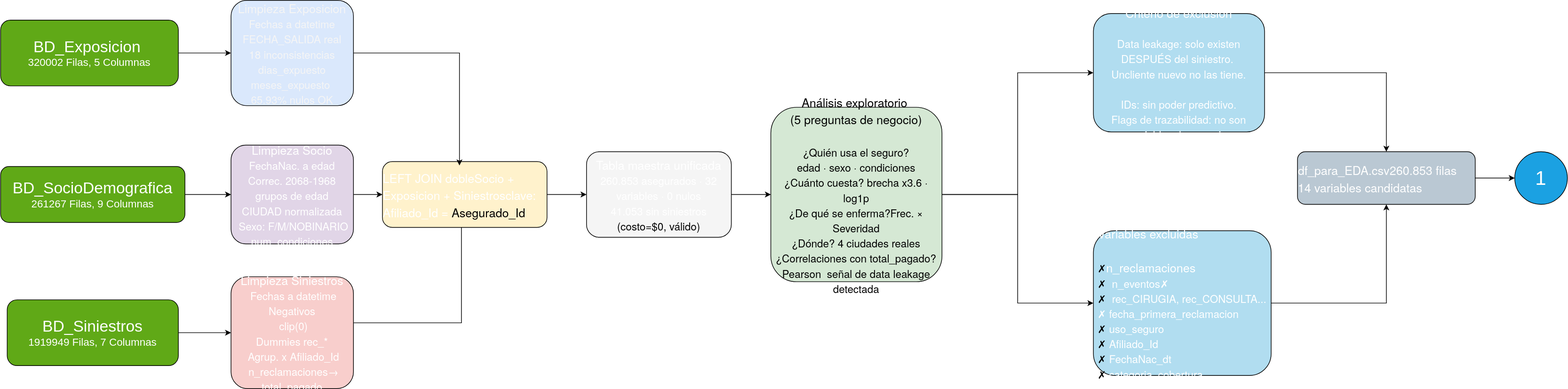
Before: Diagrama_Analitica2.drawio.svg, a diagram exported from draw.io (yacuervo18/Proyecto_Analitica_II). Source tidied: cells renumbered, new cells last; positions are measured from the earlier drawing's top-left corner, leaving out a move shared by most shapes.
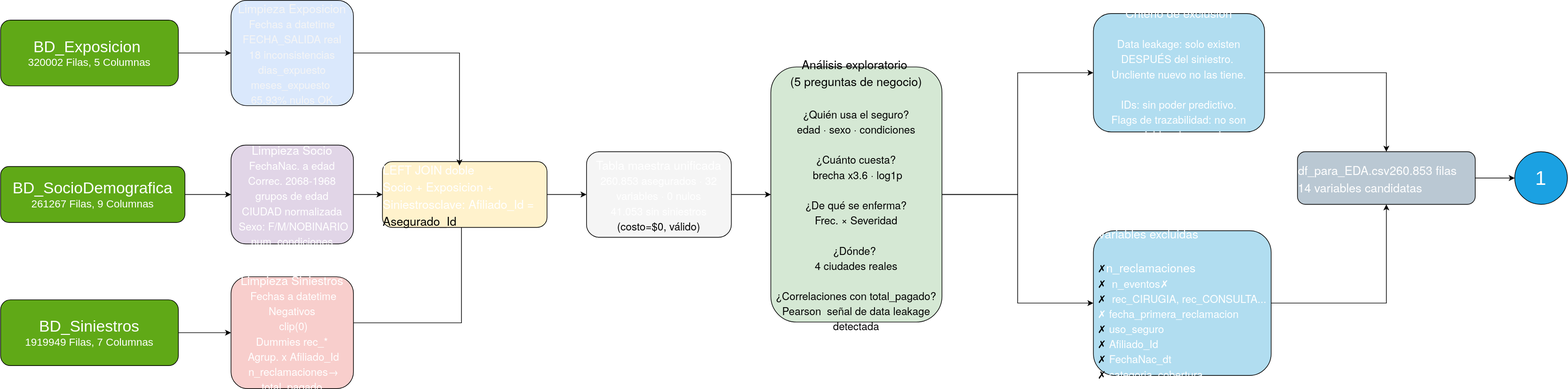
After the change.

Change to the diagram source:
```diff
@@ -31,7 +31,7 @@
     <mxCell id="9" style="edgeStyle=orthogonalEdgeStyle;rounded=0;jettySize=auto;html=1;strokeColor=light-dark(#000000,#007FFF);" parent="1" edge="1" source="10" target="13">
       <mxGeometry relative="1" as="geometry" />
     </mxCell>
-    <mxCell id="10" value="&lt;p class=&quot;p1&quot; style=&quot;margin: 0px; font-style: normal; font-variant: normal; font-size-adjust: none; font-language-override: normal; font-kerning: auto; font-optical-sizing: auto; font-feature-settings: normal; font-variation-settings: normal; font-stretch: normal; line-height: normal; font-family: &amp;quot;Helvetica Neue&amp;quot;; text-align: start;&quot;&gt;&lt;font style=&quot;font-size: 18px;&quot;&gt;&lt;font style=&quot;color: light-dark(rgb(255, 255, 255), rgb(255, 255, 255));&quot;&gt;LEFT JOIN dobleSocio + Exposicion + Siniestrosclave: Afiliado_Id =&lt;/font&gt;&lt;span style=&quot;color: rgb(0, 0, 0);&quot;&gt; Asegurado_Id&lt;/span&gt;&lt;/font&gt;&lt;/p&gt;" style="rounded=1;whiteSpace=wrap;html=1;fillColor=#fff2cc;strokeColor=light-dark(#000000,#007FFF);" parent="1" vertex="1">
+    <mxCell id="10" value="&lt;p class=&quot;p1&quot; style=&quot;margin: 0px; font-style: normal; font-variant: normal; font-size-adjust: none; font-language-override: normal; font-kerning: auto; font-optical-sizing: auto; font-feature-settings: normal; font-variation-settings: normal; font-stretch: normal; line-height: normal; font-family: &amp;quot;Helvetica Neue&amp;quot;; text-align: start;&quot;&gt;&lt;font style=&quot;font-size: 18px;&quot;&gt;&lt;font style=&quot;color: light-dark(rgb(255, 255, 255), rgb(255, 255, 255));&quot;&gt;LEFT JOIN doble&lt;/font&gt;&lt;/font&gt;&lt;/p&gt;&lt;p class=&quot;p1&quot; style=&quot;margin: 0px; font-style: normal; font-variant: normal; font-size-adjust: none; font-language-override: normal; font-kerning: auto; font-optical-sizing: auto; font-feature-settings: normal; font-variation-settings: normal; font-stretch: normal; line-height: normal; font-family: &amp;quot;Helvetica Neue&amp;quot;; text-align: start;&quot;&gt;&lt;font style=&quot;font-size: 18px;&quot;&gt;&lt;font style=&quot;color: light-dark(rgb(255, 255, 255), rgb(255, 255, 255));&quot;&gt;Socio + Exposicion + Siniestrosclave: Afiliado_Id =&lt;/font&gt;&lt;span style=&quot;color: rgb(0, 0, 0);&quot;&gt; Asegurado_Id&lt;/span&gt;&lt;/font&gt;&lt;/p&gt;" style="rounded=1;whiteSpace=wrap;html=1;fillColor=#fff2cc;strokeColor=light-dark(#000000,#007FFF);" parent="1" vertex="1">
       <mxGeometry x="580" y="245" width="250" height="100" as="geometry" />
     </mxCell>
     <mxCell id="11" style="edgeStyle=orthogonalEdgeStyle;rounded=0;jettySize=auto;html=1;entryX=0.468;entryY=0.058;entryDx=0;entryDy=0;entryPerimeter=0;strokeColor=light-dark(#000000,#007FFF);" parent="1" edge="1" source="4" target="10">
@@ -49,8 +49,8 @@
     <mxCell id="15" style="edgeStyle=orthogonalEdgeStyle;rounded=0;jettySize=auto;html=1;strokeColor=light-dark(#000000,#007FFF);" parent="1" edge="1" source="16" target="18">
       <mxGeometry relative="1" as="geometry" />
     </mxCell>
-    <mxCell id="16" value="&lt;p class=&quot;p1&quot; style=&quot;margin: 0px; font-style: normal; font-variant: normal; font-size-adjust: none; font-language-override: normal; font-kerning: auto; font-optical-sizing: auto; font-feature-settings: normal; font-variation-settings: normal; font-stretch: normal; line-height: normal; font-family: &amp;quot;Helvetica Neue&amp;quot;; color: rgb(0, 0, 0);&quot;&gt;&lt;font style=&quot;font-size: 18px;&quot;&gt;Análisis exploratorio&lt;span class=&quot;Apple-converted-space&quot; style=&quot;&quot;&gt;&amp;nbsp;&lt;/span&gt;&lt;/font&gt;&lt;/p&gt;&lt;p class=&quot;p1&quot; style=&quot;margin: 0px; font-style: normal; font-variant: normal; font-size-adjust: none; font-language-override: normal; font-kerning: auto; font-optical-sizing: auto; font-feature-settings: normal; font-variation-settings: normal; font-stretch: normal; line-height: normal; font-family: &amp;quot;Helvetica Neue&amp;quot;; color: rgb(0, 0, 0);&quot;&gt;&lt;font style=&quot;font-size: 18px;&quot;&gt;&lt;span class=&quot;Apple-converted-space&quot; style=&quot;&quot;&gt;&lt;/span&gt;(5 preguntas de negocio)&lt;/font&gt;&lt;/p&gt;&lt;p class=&quot;p1&quot; style=&quot;margin: 0px; font-style: normal; font-variant: normal; font-size-adjust: none; font-language-override: normal; font-kerning: auto; font-optical-sizing: auto; font-feature-settings: normal; font-variation-settings: normal; font-stretch: normal; line-height: normal; font-family: &amp;quot;Helvetica Neue&amp;quot;; color: rgb(0, 0, 0);&quot;&gt;&lt;font style=&quot;font-size: 18px;&quot;&gt;&lt;br&gt;&lt;/font&gt;&lt;/p&gt;&lt;p class=&quot;p1&quot; style=&quot;margin: 0px; font-style: normal; font-variant: normal; font-size-adjust: none; font-language-override: normal; font-kerning: auto; font-optical-sizing: auto; font-feature-settings: normal; font-variation-settings: normal; font-stretch: normal; line-height: normal; font-family: &amp;quot;Helvetica Neue&amp;quot;; color: rgb(0, 0, 0);&quot;&gt;&lt;font size=&quot;3&quot;&gt;¿Quién usa el seguro?&lt;/font&gt;&lt;/p&gt;&lt;p class=&quot;p1&quot; style=&quot;margin: 0px; font-style: normal; font-variant: normal; font-size-adjust: none; font-language-override: normal; font-kerning: auto; font-optical-sizing: auto; font-feature-settings: normal; font-variation-settings: normal; font-stretch: normal; line-height: normal; font-family: &amp;quot;Helvetica Neue&amp;quot;; color: rgb(0, 0, 0);&quot;&gt;&lt;font size=&quot;3&quot;&gt;edad · sexo · condiciones&lt;/font&gt;&lt;/p&gt;&lt;p class=&quot;p1&quot; style=&quot;margin: 0px; font-style: normal; font-variant: normal; font-size-adjust: none; font-language-override: normal; font-kerning: auto; font-optical-sizing: auto; font-feature-settings: normal; font-variation-settings: normal; font-stretch: normal; line-height: normal; font-family: &amp;quot;Helvetica Neue&amp;quot;; color: rgb(0, 0, 0);&quot;&gt;&lt;font size=&quot;3&quot;&gt;¿Cuánto cuesta? brecha x3.6 · log1p&lt;/font&gt;&lt;/p&gt;&lt;p class=&quot;p1&quot; style=&quot;margin: 0px; font-style: normal; font-variant: normal; font-size-adjust: none; font-language-override: normal; font-kerning: auto; font-optical-sizing: auto; font-feature-settings: normal; font-variation-settings: normal; font-stretch: normal; line-height: normal; font-family: &amp;quot;Helvetica Neue&amp;quot;; color: rgb(0, 0, 0);&quot;&gt;&lt;font size=&quot;3&quot;&gt;¿De qué se enferma?Frec. × Severidad&lt;/font&gt;&lt;/p&gt;&lt;p class=&quot;p1&quot; style=&quot;margin: 0px; font-style: normal; font-variant: normal; font-size-adjust: none; font-language-override: normal; font-kerning: auto; font-optical-sizing: auto; font-feature-settings: normal; font-variation-settings: normal; font-stretch: normal; line-height: normal; font-family: &amp;quot;Helvetica Neue&amp;quot;; color: rgb(0, 0, 0);&quot;&gt;&lt;font size=&quot;3&quot;&gt;¿Dónde? 4 ciudades reales&lt;/font&gt;&lt;/p&gt;&lt;p class=&quot;p1&quot; style=&quot;margin: 0px; font-style: normal; font-variant: normal; font-size-adjust: none; font-language-override: normal; font-kerning: auto; font-optical-sizing: auto; font-feature-settings: normal; font-variation-settings: normal; font-stretch: normal; line-height: normal; font-family: &amp;quot;Helvetica Neue&amp;quot;; color: rgb(0, 0, 0);&quot;&gt;&lt;font size=&quot;3&quot;&gt;¿Correlaciones con total_pagado?Pearson&lt;span class=&quot;Apple-converted-space&quot; style=&quot;&quot;&gt;&amp;nbsp; &lt;/span&gt;señal de data leakage detectada&lt;/font&gt;&lt;/p&gt;" style="rounded=1;whiteSpace=wrap;html=1;fillColor=#d5e8d4;strokeColor=light-dark(#000000,#007FFF);align=center;" parent="1" vertex="1">
-      <mxGeometry x="1170" y="162.5" width="260" height="265" as="geometry" />
+    <mxCell id="16" value="&lt;p class=&quot;p1&quot; style=&quot;margin: 0px; font-style: normal; font-variant: normal; font-size-adjust: none; font-language-override: normal; font-kerning: auto; font-optical-sizing: auto; font-feature-settings: normal; font-variation-settings: normal; font-stretch: normal; line-height: normal; font-family: &amp;quot;Helvetica Neue&amp;quot;; color: rgb(0, 0, 0);&quot;&gt;&lt;font style=&quot;font-size: 18px;&quot;&gt;Análisis exploratorio&lt;span class=&quot;Apple-converted-space&quot; style=&quot;&quot;&gt;&amp;nbsp;&lt;/span&gt;&lt;/font&gt;&lt;/p&gt;&lt;p class=&quot;p1&quot; style=&quot;margin: 0px; font-style: normal; font-variant: normal; font-size-adjust: none; font-language-override: normal; font-kerning: auto; font-optical-sizing: auto; font-feature-settings: normal; font-variation-settings: normal; font-stretch: normal; line-height: normal; font-family: &amp;quot;Helvetica Neue&amp;quot;; color: rgb(0, 0, 0);&quot;&gt;&lt;font style=&quot;font-size: 18px;&quot;&gt;&lt;span class=&quot;Apple-converted-space&quot; style=&quot;&quot;&gt;&lt;/span&gt;(5 preguntas de negocio)&lt;/font&gt;&lt;/p&gt;&lt;p class=&quot;p1&quot; style=&quot;margin: 0px; font-style: normal; font-variant: normal; font-size-adjust: none; font-language-override: normal; font-kerning: auto; font-optical-sizing: auto; font-feature-settings: normal; font-variation-settings: normal; font-stretch: normal; line-height: normal; font-family: &amp;quot;Helvetica Neue&amp;quot;; color: rgb(0, 0, 0);&quot;&gt;&lt;font style=&quot;font-size: 18px;&quot;&gt;&lt;br&gt;&lt;/font&gt;&lt;/p&gt;&lt;p class=&quot;p1&quot; style=&quot;margin: 0px; font-style: normal; font-variant: normal; font-size-adjust: none; font-language-override: normal; font-kerning: auto; font-optical-sizing: auto; font-feature-settings: normal; font-variation-settings: normal; font-stretch: normal; line-height: normal; font-family: &amp;quot;Helvetica Neue&amp;quot;; color: rgb(0, 0, 0);&quot;&gt;&lt;font size=&quot;3&quot;&gt;¿Quién usa el seguro?&lt;/font&gt;&lt;/p&gt;&lt;p class=&quot;p1&quot; style=&quot;margin: 0px; font-style: normal; font-variant: normal; font-size-adjust: none; font-language-override: normal; font-kerning: auto; font-optical-sizing: auto; font-feature-settings: normal; font-variation-settings: normal; font-stretch: normal; line-height: normal; font-family: &amp;quot;Helvetica Neue&amp;quot;; color: rgb(0, 0, 0);&quot;&gt;&lt;font size=&quot;3&quot;&gt;edad · sexo · condiciones&lt;/font&gt;&lt;/p&gt;&lt;p class=&quot;p1&quot; style=&quot;margin: 0px; font-style: normal; font-variant: normal; font-size-adjust: none; font-language-override: normal; font-kerning: auto; font-optical-sizing: auto; font-feature-settings: normal; font-variation-settings: normal; font-stretch: normal; line-height: normal; font-family: &amp;quot;Helvetica Neue&amp;quot;; color: rgb(0, 0, 0);&quot;&gt;&lt;font size=&quot;3&quot;&gt;&lt;br&gt;&lt;/font&gt;&lt;/p&gt;&lt;p class=&quot;p1&quot; style=&quot;margin: 0px; font-style: normal; font-variant: normal; font-size-adjust: none; font-language-override: normal; font-kerning: auto; font-optical-sizing: auto; font-feature-settings: normal; font-variation-settings: normal; font-stretch: normal; line-height: normal; font-family: &amp;quot;Helvetica Neue&amp;quot;; color: rgb(0, 0, 0);&quot;&gt;&lt;font size=&quot;3&quot;&gt;¿Cuánto cuesta?&lt;/font&gt;&lt;/p&gt;&lt;p class=&quot;p1&quot; style=&quot;margin: 0px; font-style: normal; font-variant: normal; font-size-adjust: none; font-language-override: normal; font-kerning: auto; font-optical-sizing: auto; font-feature-settings: normal; font-variation-settings: normal; font-stretch: normal; line-height: normal; font-family: &amp;quot;Helvetica Neue&amp;quot;; color: rgb(0, 0, 0);&quot;&gt;&lt;font size=&quot;3&quot;&gt;&amp;nbsp;brecha x3.6 · log1p&lt;/font&gt;&lt;/p&gt;&lt;p class=&quot;p1&quot; style=&quot;margin: 0px; font-style: normal; font-variant: normal; font-size-adjust: none; font-language-override: normal; font-kerning: auto; font-optical-sizing: auto; font-feature-settings: normal; font-variation-settings: normal; font-stretch: normal; line-height: normal; font-family: &amp;quot;Helvetica Neue&amp;quot;; color: rgb(0, 0, 0);&quot;&gt;&lt;font size=&quot;3&quot;&gt;&lt;br&gt;&lt;/font&gt;&lt;/p&gt;&lt;p class=&quot;p1&quot; style=&quot;margin: 0px; font-style: normal; font-variant: normal; font-size-adjust: none; font-language-override: normal; font-kerning: auto; font-optical-sizing: auto; font-feature-settings: normal; font-variation-settings: normal; font-stretch: normal; line-height: normal; font-family: &amp;quot;Helvetica Neue&amp;quot;; color: rgb(0, 0, 0);&quot;&gt;&lt;font size=&quot;3&quot;&gt;¿De qué se enferma?&lt;/font&gt;&lt;/p&gt;&lt;p class=&quot;p1&quot; style=&quot;margin: 0px; font-style: normal; font-variant: normal; font-size-adjust: none; font-language-override: normal; font-kerning: auto; font-optical-sizing: auto; font-feature-settings: normal; font-variation-settings: normal; font-stretch: normal; line-height: normal; font-family: &amp;quot;Helvetica Neue&amp;quot;; color: rgb(0, 0, 0);&quot;&gt;&lt;font size=&quot;3&quot;&gt;Frec. × Severidad&lt;/font&gt;&lt;/p&gt;&lt;p class=&quot;p1&quot; style=&quot;margin: 0px; font-style: normal; font-variant: normal; font-size-adjust: none; font-language-override: normal; font-kerning: auto; font-optical-sizing: auto; font-feature-settings: normal; font-variation-settings: normal; font-stretch: normal; line-height: normal; font-family: &amp;quot;Helvetica Neue&amp;quot;; color: rgb(0, 0, 0);&quot;&gt;&lt;font size=&quot;3&quot;&gt;&lt;br&gt;&lt;/font&gt;&lt;/p&gt;&lt;p class=&quot;p1&quot; style=&quot;margin: 0px; font-style: normal; font-variant: normal; font-size-adjust: none; font-language-override: normal; font-kerning: auto; font-optical-sizing: auto; font-feature-settings: normal; font-variation-settings: normal; font-stretch: normal; line-height: normal; font-family: &amp;quot;Helvetica Neue&amp;quot;; color: rgb(0, 0, 0);&quot;&gt;&lt;font size=&quot;3&quot;&gt;¿Dónde?&amp;nbsp;&lt;/font&gt;&lt;/p&gt;&lt;p class=&quot;p1&quot; style=&quot;margin: 0px; font-style: normal; font-variant: normal; font-size-adjust: none; font-language-override: normal; font-kerning: auto; font-optical-sizing: auto; font-feature-settings: normal; font-variation-settings: normal; font-stretch: normal; line-height: normal; font-family: &amp;quot;Helvetica Neue&amp;quot;; color: rgb(0, 0, 0);&quot;&gt;&lt;font size=&quot;3&quot;&gt;4 ciudades reales&lt;/font&gt;&lt;/p&gt;&lt;p class=&quot;p1&quot; style=&quot;margin: 0px; font-style: normal; font-variant: normal; font-size-adjust: none; font-language-override: normal; font-kerning: auto; font-optical-sizing: auto; font-feature-settings: normal; font-variation-settings: normal; font-stretch: normal; line-height: normal; font-family: &amp;quot;Helvetica Neue&amp;quot;; color: rgb(0, 0, 0);&quot;&gt;&lt;font size=&quot;3&quot;&gt;&lt;br&gt;&lt;/font&gt;&lt;/p&gt;&lt;p class=&quot;p1&quot; style=&quot;margin: 0px; font-style: normal; font-variant: normal; font-size-adjust: none; font-language-override: normal; font-kerning: auto; font-optical-sizing: auto; font-feature-settings: normal; font-variation-settings: normal; font-stretch: normal; line-height: normal; font-family: &amp;quot;Helvetica Neue&amp;quot;; color: rgb(0, 0, 0);&quot;&gt;&lt;font size=&quot;3&quot;&gt;¿Correlaciones con total_pagado?Pearson&lt;span class=&quot;Apple-converted-space&quot; style=&quot;&quot;&gt;&amp;nbsp; &lt;/span&gt;señal de data leakage detectada&lt;/font&gt;&lt;/p&gt;" style="rounded=1;whiteSpace=wrap;html=1;fillColor=#d5e8d4;strokeColor=light-dark(#000000,#007FFF);align=center;" parent="1" vertex="1">
+      <mxGeometry x="1170" y="101.2" width="260" height="387.5" as="geometry" />
     </mxCell>
     <mxCell id="17" style="edgeStyle=orthogonalEdgeStyle;rounded=0;jettySize=auto;html=1;entryX=0.5;entryY=1;entryDx=0;entryDy=0;strokeColor=light-dark(#000000,#007FFF);" parent="1" edge="1" source="18" target="22">
       <mxGeometry relative="1" as="geometry" />
@@ -80,7 +80,7 @@
       <mxGeometry relative="1" as="geometry" />
     </mxCell>
     <mxCell id="26" value="&lt;font style=&quot;font-size: 24px;&quot;&gt;BD_Siniestros&lt;/font&gt;&lt;div&gt;&lt;font size=&quot;3&quot;&gt;1919949 Filas, 7 Columnas&lt;/font&gt;&lt;/div&gt;" style="rounded=1;whiteSpace=wrap;html=1;fillColor=#60a917;fontColor=light-dark(#FFFFFF,#FFFFFF);strokeColor=light-dark(#000000,#007FFF);" parent="1" vertex="1">
-      <mxGeometry x="10" y="455" width="260" height="100" as="geometry" />
+      <mxGeometry y="455" width="270" height="100" as="geometry" />
     </mxCell>
     <mxCell id="27" value="&lt;span style=&quot;font-size: 30px;&quot;&gt;&lt;font style=&quot;color: light-dark(rgb(255, 255, 255), rgb(255, 255, 255));&quot;&gt;1&lt;/font&gt;&lt;/span&gt;" style="ellipse;whiteSpace=wrap;html=1;strokeColor=light-dark(#000000,#007FFF);fillColor=#1ba1e2;fontColor=#ffffff;" parent="1" vertex="1">
       <mxGeometry x="2300" y="230" width="80" height="80" as="geometry" />
```
